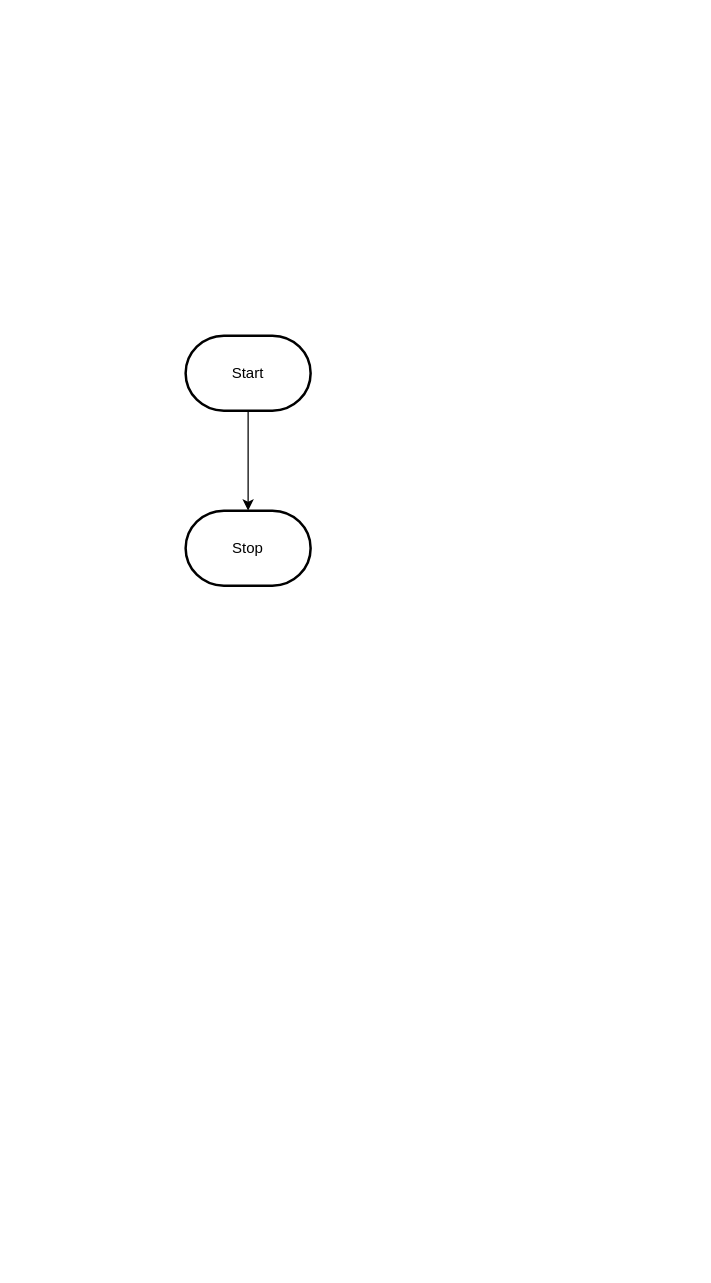
This is design/flowchart.drawio from MTHS-ICD2O-1-2023/ICD2O-Assignment-04-Gabriel-Zanardi, a draw.io file, before an edit. Source tidied: cells renumbered, new cells numbered last; positions are measured from the earlier drawing's top-left corner, leaving out a move shared by most shapes. Both pictures are drawn from the tidied source at 125%, with x=0, y=0 at pixel (185, 335).
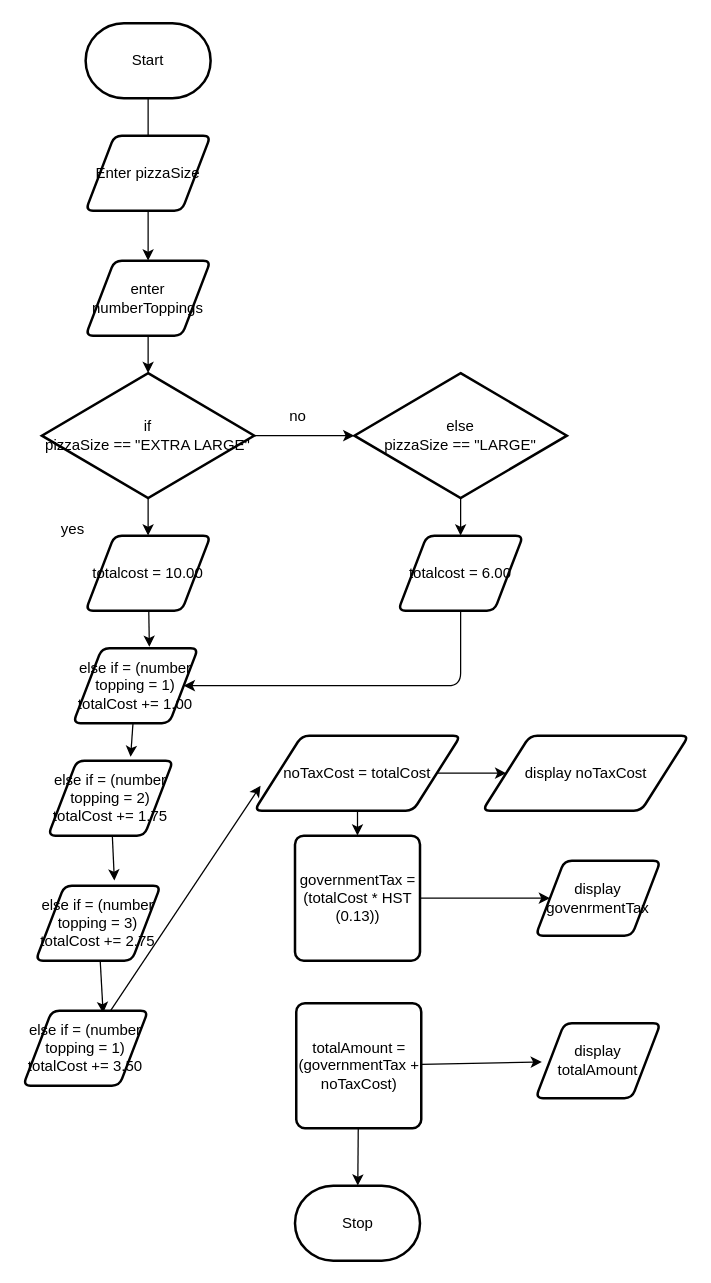
After the change.

Commit message (it also covers changes not shown here):
init flowchart

Diff of the diagram source:
```diff
@@
-    <mxCell id="2" style="edgeStyle=orthogonalEdgeStyle;html=1;rounded=0;" parent="1" edge="1" source="3" target="4">
-      <mxGeometry relative="1" as="geometry" />
-    </mxCell>
+    <mxCell id="5" style="edgeStyle=none;html=1;" parent="1" edge="1" source="3" target="8">
+      <mxGeometry relative="1" as="geometry" />
+    </mxCell>
     <mxCell id="3" value="Start" style="strokeWidth=2;html=1;shape=mxgraph.flowchart.terminator;whiteSpace=wrap;" parent="1" vertex="1">
-      <mxGeometry width="100" height="60" as="geometry" />
+      <mxGeometry x="-80" y="-250" width="100" height="60" as="geometry" />
     </mxCell>
     <mxCell id="4" value="Stop" style="strokeWidth=2;html=1;shape=mxgraph.flowchart.terminator;whiteSpace=wrap;" parent="1" vertex="1">
-      <mxGeometry y="140" width="100" height="60" as="geometry" />
+      <mxGeometry x="87.5" y="680" width="100" height="60" as="geometry" />
     </mxCell>
+    <mxCell id="6" value="Enter pizzaSize" style="shape=parallelogram;html=1;strokeWidth=2;perimeter=parallelogramPerimeter;whiteSpace=wrap;rounded=1;arcSize=12;size=0.23;" parent="1" vertex="1">
+      <mxGeometry x="-80" y="-160" width="100" height="60" as="geometry" />
+    </mxCell>
+    <mxCell id="7" style="edgeStyle=none;html=1;entryX=0.5;entryY=0;entryDx=0;entryDy=0;entryPerimeter=0;" parent="1" edge="1" source="8" target="11">
+      <mxGeometry relative="1" as="geometry" />
+    </mxCell>
+    <mxCell id="8" value="enter numberToppings" style="shape=parallelogram;html=1;strokeWidth=2;perimeter=parallelogramPerimeter;whiteSpace=wrap;rounded=1;arcSize=12;size=0.23;" parent="1" vertex="1">
+      <mxGeometry x="-80" y="-60" width="100" height="60" as="geometry" />
+    </mxCell>
+    <mxCell id="9" style="edgeStyle=none;html=1;" parent="1" edge="1" source="11" target="13">
+      <mxGeometry relative="1" as="geometry" />
+    </mxCell>
+    <mxCell id="10" style="edgeStyle=none;html=1;" parent="1" edge="1" source="11" target="17">
+      <mxGeometry relative="1" as="geometry" />
+    </mxCell>
+    <mxCell id="11" value="if&lt;br&gt;pizzaSize == &quot;EXTRA LARGE&quot;" style="strokeWidth=2;html=1;shape=mxgraph.flowchart.decision;whiteSpace=wrap;" parent="1" vertex="1">
+      <mxGeometry x="-115" y="30" width="170" height="100" as="geometry" />
+    </mxCell>
+    <mxCell id="12" style="edgeStyle=none;html=1;" parent="1" edge="1" source="13" target="27">
+      <mxGeometry relative="1" as="geometry" />
+    </mxCell>
+    <mxCell id="13" value="else&lt;br&gt;pizzaSize == &quot;LARGE&quot;" style="strokeWidth=2;html=1;shape=mxgraph.flowchart.decision;whiteSpace=wrap;" parent="1" vertex="1">
+      <mxGeometry x="135" y="30" width="170" height="100" as="geometry" />
+    </mxCell>
+    <mxCell id="14" value="no" style="text;html=1;strokeColor=none;fillColor=none;align=center;verticalAlign=middle;whiteSpace=wrap;rounded=0;" parent="1" vertex="1">
+      <mxGeometry x="60" y="50" width="60" height="30" as="geometry" />
+    </mxCell>
+    <mxCell id="15" value="yes" style="text;html=1;strokeColor=none;fillColor=none;align=center;verticalAlign=middle;whiteSpace=wrap;rounded=0;" parent="1" vertex="1">
+      <mxGeometry x="-120" y="140" width="60" height="30" as="geometry" />
+    </mxCell>
+    <mxCell id="16" style="edgeStyle=none;html=1;entryX=0.61;entryY=-0.017;entryDx=0;entryDy=0;entryPerimeter=0;" parent="1" edge="1" source="17" target="19">
+      <mxGeometry relative="1" as="geometry" />
+    </mxCell>
+    <mxCell id="17" value="totalcost = 10.00" style="shape=parallelogram;html=1;strokeWidth=2;perimeter=parallelogramPerimeter;whiteSpace=wrap;rounded=1;arcSize=12;size=0.23;" parent="1" vertex="1">
+      <mxGeometry x="-80" y="160" width="100" height="60" as="geometry" />
+    </mxCell>
+    <mxCell id="18" style="edgeStyle=none;html=1;entryX=0.66;entryY=-0.05;entryDx=0;entryDy=0;entryPerimeter=0;" parent="1" edge="1" source="19" target="21">
+      <mxGeometry relative="1" as="geometry" />
+    </mxCell>
+    <mxCell id="19" value="else if = (number topping = 1)&lt;br&gt;totalCost += 1.00" style="shape=parallelogram;html=1;strokeWidth=2;perimeter=parallelogramPerimeter;whiteSpace=wrap;rounded=1;arcSize=12;size=0.23;" parent="1" vertex="1">
+      <mxGeometry x="-90" y="250" width="100" height="60" as="geometry" />
+    </mxCell>
+    <mxCell id="20" style="edgeStyle=none;html=1;entryX=0.63;entryY=-0.067;entryDx=0;entryDy=0;entryPerimeter=0;" parent="1" edge="1" source="21" target="23">
+      <mxGeometry relative="1" as="geometry" />
+    </mxCell>
+    <mxCell id="21" value="else if = (number topping = 2)&lt;br&gt;totalCost += 1.75" style="shape=parallelogram;html=1;strokeWidth=2;perimeter=parallelogramPerimeter;whiteSpace=wrap;rounded=1;arcSize=12;size=0.23;" parent="1" vertex="1">
+      <mxGeometry x="-110" y="340" width="100" height="60" as="geometry" />
+    </mxCell>
+    <mxCell id="22" style="edgeStyle=none;html=1;entryX=0.64;entryY=0.033;entryDx=0;entryDy=0;entryPerimeter=0;" parent="1" edge="1" source="23" target="25">
+      <mxGeometry relative="1" as="geometry" />
+    </mxCell>
+    <mxCell id="23" value="else if = (number topping = 3)&lt;br&gt;totalCost += 2.75" style="shape=parallelogram;html=1;strokeWidth=2;perimeter=parallelogramPerimeter;whiteSpace=wrap;rounded=1;arcSize=12;size=0.23;" parent="1" vertex="1">
+      <mxGeometry x="-120" y="440" width="100" height="60" as="geometry" />
+    </mxCell>
+    <mxCell id="24" style="edgeStyle=none;html=1;entryX=0.03;entryY=0.667;entryDx=0;entryDy=0;entryPerimeter=0;" parent="1" edge="1" source="25" target="30">
+      <mxGeometry relative="1" as="geometry" />
+    </mxCell>
+    <mxCell id="25" value="else if = (number topping = 1)&lt;br&gt;totalCost += 3.50" style="shape=parallelogram;html=1;strokeWidth=2;perimeter=parallelogramPerimeter;whiteSpace=wrap;rounded=1;arcSize=12;size=0.23;" parent="1" vertex="1">
+      <mxGeometry x="-130" y="540" width="100" height="60" as="geometry" />
+    </mxCell>
+    <mxCell id="26" style="edgeStyle=none;html=1;entryX=1;entryY=0.5;entryDx=0;entryDy=0;" parent="1" edge="1" source="27" target="19">
+      <mxGeometry relative="1" as="geometry">
+        <Array as="points">
+          <mxPoint x="220" y="280" />
+        </Array>
+      </mxGeometry>
+    </mxCell>
+    <mxCell id="27" value="totalcost = 6.00" style="shape=parallelogram;html=1;strokeWidth=2;perimeter=parallelogramPerimeter;whiteSpace=wrap;rounded=1;arcSize=12;size=0.23;" parent="1" vertex="1">
+      <mxGeometry x="170" y="160" width="100" height="60" as="geometry" />
+    </mxCell>
+    <mxCell id="28" style="edgeStyle=none;html=1;entryX=0;entryY=0.5;entryDx=0;entryDy=0;" parent="1" edge="1" source="30" target="33">
+      <mxGeometry relative="1" as="geometry" />
+    </mxCell>
+    <mxCell id="29" style="edgeStyle=none;html=1;" parent="1" edge="1" source="30" target="32">
+      <mxGeometry relative="1" as="geometry" />
+    </mxCell>
+    <mxCell id="30" value="noTaxCost = totalCost&lt;br&gt;" style="shape=parallelogram;html=1;strokeWidth=2;perimeter=parallelogramPerimeter;whiteSpace=wrap;rounded=1;arcSize=12;size=0.23;" parent="1" vertex="1">
+      <mxGeometry x="55" y="320" width="165" height="60" as="geometry" />
+    </mxCell>
+    <mxCell id="31" style="edgeStyle=none;html=1;" parent="1" edge="1" source="32" target="34">
+      <mxGeometry relative="1" as="geometry" />
+    </mxCell>
+    <mxCell id="32" value="governmentTax = (totalCost * HST (0.13))" style="rounded=1;whiteSpace=wrap;html=1;absoluteArcSize=1;arcSize=14;strokeWidth=2;" parent="1" vertex="1">
+      <mxGeometry x="87.5" y="400" width="100" height="100" as="geometry" />
+    </mxCell>
+    <mxCell id="33" value="display noTaxCost" style="shape=parallelogram;html=1;strokeWidth=2;perimeter=parallelogramPerimeter;whiteSpace=wrap;rounded=1;arcSize=12;size=0.23;" parent="1" vertex="1">
+      <mxGeometry x="237.5" y="320" width="165" height="60" as="geometry" />
+    </mxCell>
+    <mxCell id="34" value="display govenrmentTax" style="shape=parallelogram;html=1;strokeWidth=2;perimeter=parallelogramPerimeter;whiteSpace=wrap;rounded=1;arcSize=12;size=0.23;" parent="1" vertex="1">
+      <mxGeometry x="280" y="420" width="100" height="60" as="geometry" />
+    </mxCell>
+    <mxCell id="35" style="edgeStyle=none;html=1;entryX=0.05;entryY=0.517;entryDx=0;entryDy=0;entryPerimeter=0;" parent="1" edge="1" source="37" target="38">
+      <mxGeometry relative="1" as="geometry" />
+    </mxCell>
+    <mxCell id="36" style="edgeStyle=none;html=1;" parent="1" edge="1" source="37" target="4">
+      <mxGeometry relative="1" as="geometry" />
+    </mxCell>
+    <mxCell id="37" value="totalAmount = (governmentTax + noTaxCost)" style="rounded=1;whiteSpace=wrap;html=1;absoluteArcSize=1;arcSize=14;strokeWidth=2;" parent="1" vertex="1">
+      <mxGeometry x="88.5" y="534" width="100" height="100" as="geometry" />
+    </mxCell>
+    <mxCell id="38" value="display totalAmount" style="shape=parallelogram;html=1;strokeWidth=2;perimeter=parallelogramPerimeter;whiteSpace=wrap;rounded=1;arcSize=12;size=0.23;" parent="1" vertex="1">
+      <mxGeometry x="280" y="550" width="100" height="60" as="geometry" />
+    </mxCell>
```
